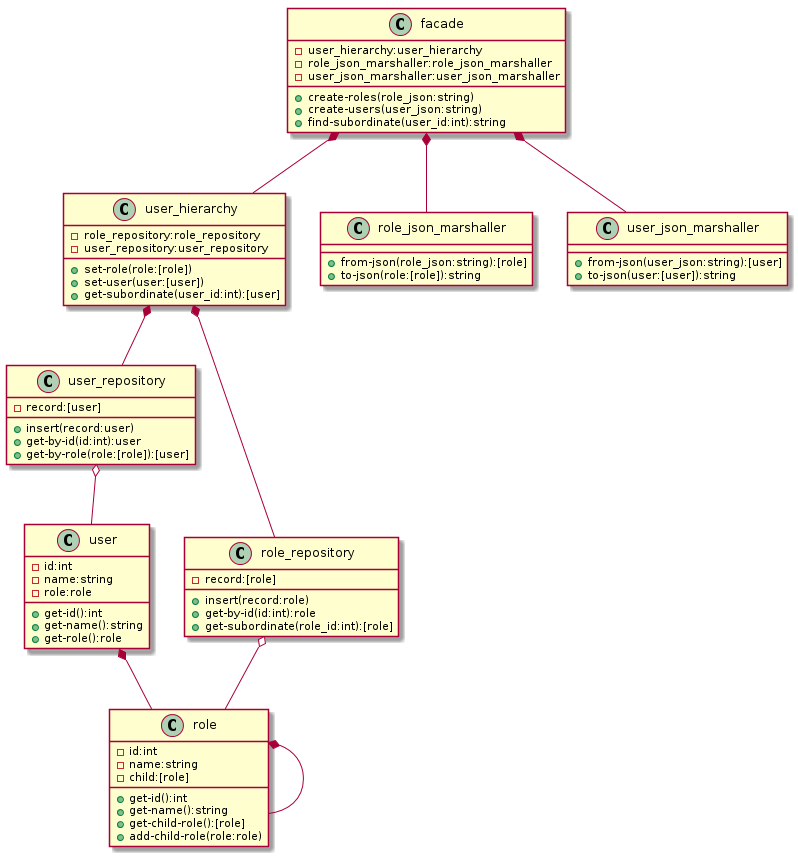
Above: documentation/architecture/class.png in svo/role-based-access-control (PlantUML), before the change.
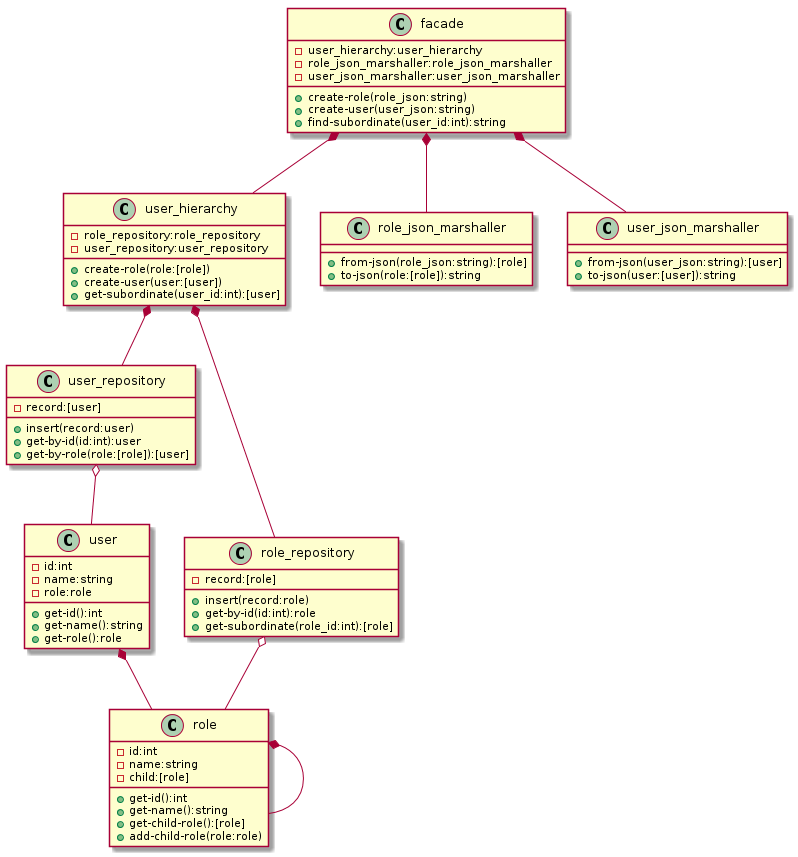
After the commit.

Commit message:
Tweaks to wording in class diagram

What changed in the source:
```diff
@@ -1,5 +1,4 @@
 @startuml
-
 class role {
   - id:int
   - name:string
@@ -41,8 +40,8 @@
   - role_repository:role_repository
   - user_repository:user_repository
 
-  + set-role(role:[role])
-  + set-user(user:[user])
+  + create-role(role:[role])
+  + create-user(user:[user])
   + get-subordinate(user_id:int):[user]
 }
 
@@ -61,8 +60,8 @@
   - role_json_marshaller:role_json_marshaller
   - user_json_marshaller:user_json_marshaller
 
-  + create-roles(role_json:string)
-  + create-users(user_json:string)
+  + create-role(role_json:string)
+  + create-user(user_json:string)
   + find-subordinate(user_id:int):string
 }
 
```
